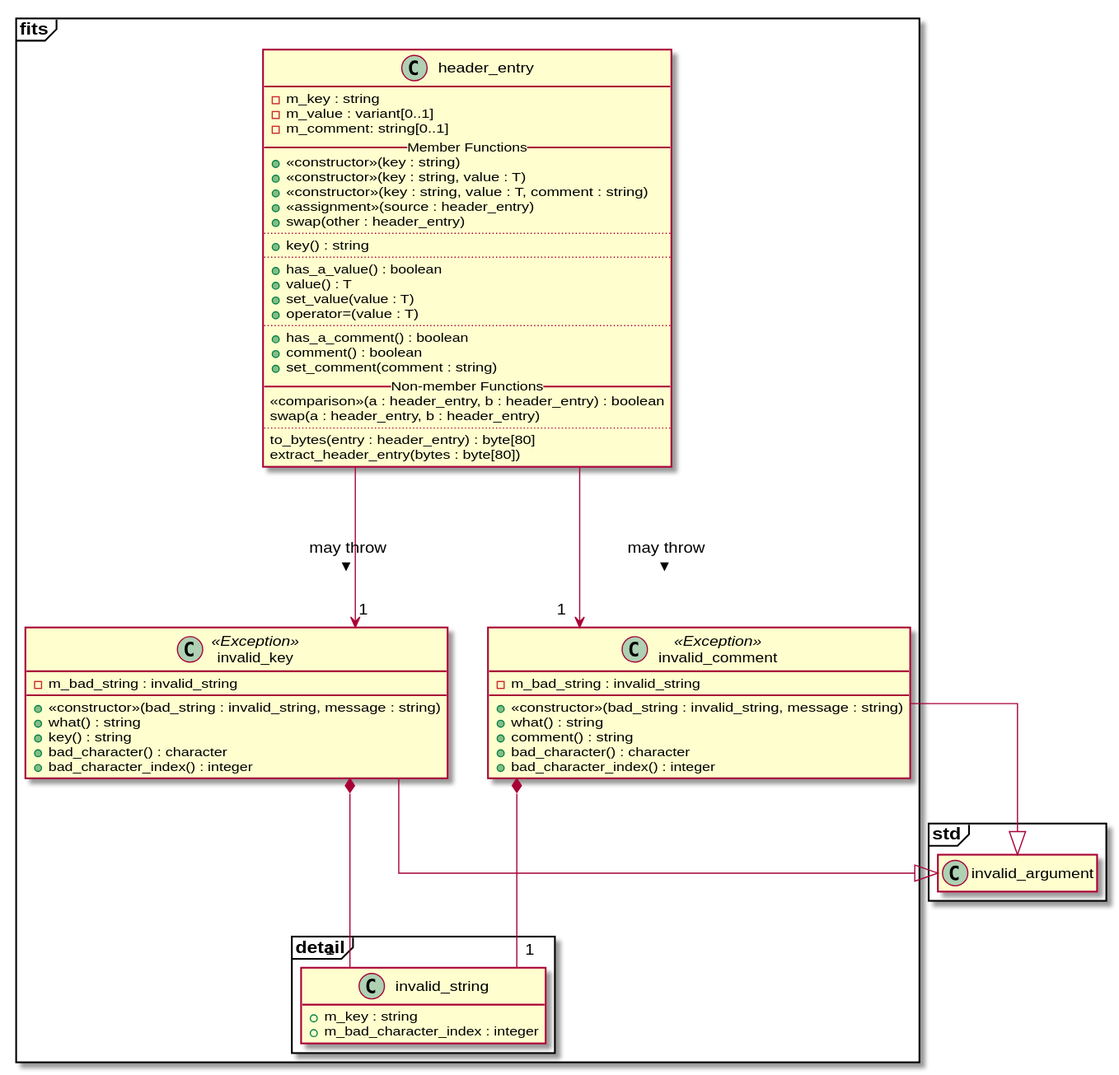
Earlier version of the PlantUML export design/class_diagram.svg (brobeson/fits). Source of this version:
```plantuml
@startuml@

hide empty members
skinparam linetype ortho

package std <<frame>> {
  class invalid_argument
}

package fits <<frame>> {
  class header_entry {
    - m_key : string
    - m_value : variant[0..1]
    - m_comment: string[0..1]
    __ Member Functions __
    + <<constructor>>(key : string)
    + <<constructor>>(key : string, value : T)
    + <<constructor>>(key : string, value : T, comment : string)
    + <<assignment>>(source : header_entry)
    + swap(other : header_entry)
    ..
    + key() : string
    ..
    + has_a_value() : boolean
    + value() : T
    + set_value(value : T)
    + operator=(value : T)
    ..
    + has_a_comment() : boolean
    + comment() : boolean
    + set_comment(comment : string)
    __ Non-member Functions __
    <<comparison>>(a : header_entry, b : header_entry) : boolean
    swap(a : header_entry, b : header_entry)
    ..
    to_bytes(entry : header_entry) : byte[80]
    extract_header_entry(bytes : byte[80])
  }

  package detail <<frame>> {
    class invalid_string {
      + m_key : string
      + m_bad_character_index : integer
    }
  }

  class invalid_key <<Exception>> {
    - m_bad_string : invalid_string
    ____
    + <<constructor>>(bad_string : invalid_string, message : string)
    + what() : string
    + key() : string
    + bad_character() : character
    + bad_character_index() : integer
  }

  class invalid_comment <<Exception>> {
    - m_bad_string : invalid_string
    ____
    + <<constructor>>(bad_string : invalid_string, message : string)
    + what() : string
    + comment() : string
    + bad_character() : character
    + bad_character_index() : integer
  }
}

invalid_key --|> invalid_argument
invalid_key *-- "1" invalid_string
header_entry --> "1" invalid_key : may throw >

invalid_comment --|> invalid_argument
invalid_comment *-- "1" invalid_string
header_entry --> "1" invalid_comment : may throw >

@enduml
```
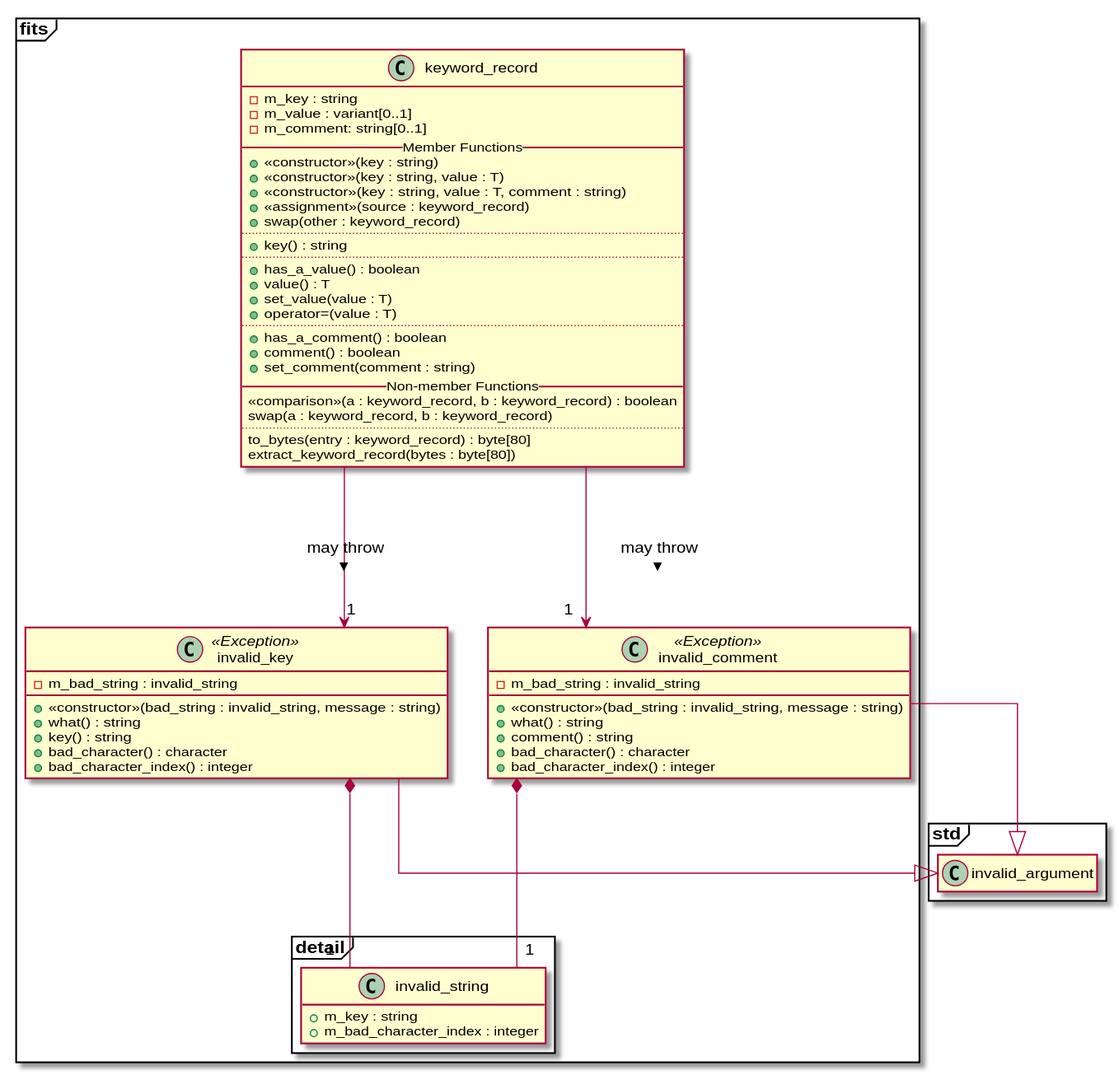
After the change.

Commit message:
fix keyword_record name in the design

Reading the FITS spec, block headers contain keyword records, not header
entries. I changed the name in the design to match the spec.

The edit, as a diff of the source:
```diff
@@ -8,7 +8,7 @@
 }
 
 package fits <<frame>> {
-  class header_entry {
+  class keyword_record {
     - m_key : string
     - m_value : variant[0..1]
     - m_comment: string[0..1]
@@ -16,8 +16,8 @@
     + <<constructor>>(key : string)
     + <<constructor>>(key : string, value : T)
     + <<constructor>>(key : string, value : T, comment : string)
-    + <<assignment>>(source : header_entry)
-    + swap(other : header_entry)
+    + <<assignment>>(source : keyword_record)
+    + swap(other : keyword_record)
     ..
     + key() : string
     ..
@@ -30,11 +30,11 @@
     + comment() : boolean
     + set_comment(comment : string)
     __ Non-member Functions __
-    <<comparison>>(a : header_entry, b : header_entry) : boolean
-    swap(a : header_entry, b : header_entry)
+    <<comparison>>(a : keyword_record, b : keyword_record) : boolean
+    swap(a : keyword_record, b : keyword_record)
     ..
-    to_bytes(entry : header_entry) : byte[80]
-    extract_header_entry(bytes : byte[80])
+    to_bytes(entry : keyword_record) : byte[80]
+    extract_keyword_record(bytes : byte[80])
   }
 
   package detail <<frame>> {
@@ -67,10 +67,10 @@
 
 invalid_key --|> invalid_argument
 invalid_key *-- "1" invalid_string
-header_entry --> "1" invalid_key : may throw >
+keyword_record --> "1" invalid_key : may throw >
 
 invalid_comment --|> invalid_argument
 invalid_comment *-- "1" invalid_string
-header_entry --> "1" invalid_comment : may throw >
+keyword_record --> "1" invalid_comment : may throw >
 
 @enduml
```
